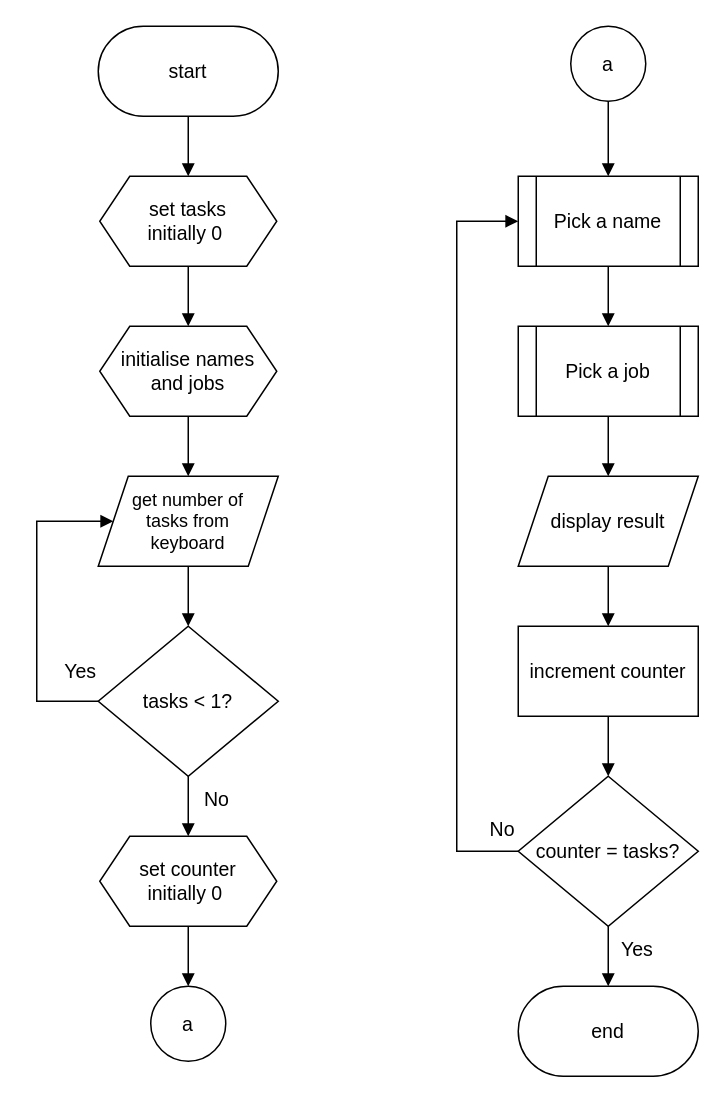
The draw.io diagram page "fc" (1 of 2) of n5-cs/sdd/N5-SDD-Task-Picker/assets/N5 SDD Task Picker.drawio in MrFriendCS/MrFriendCS.github.io, before the edit. Source tidied: cells renumbered, new cells numbered last; positions are measured from the earlier drawing's top-left corner, leaving out a move shared by most shapes. Both pictures are drawn from the tidied source at 150%, with x=0, y=0 at pixel (36, 26).
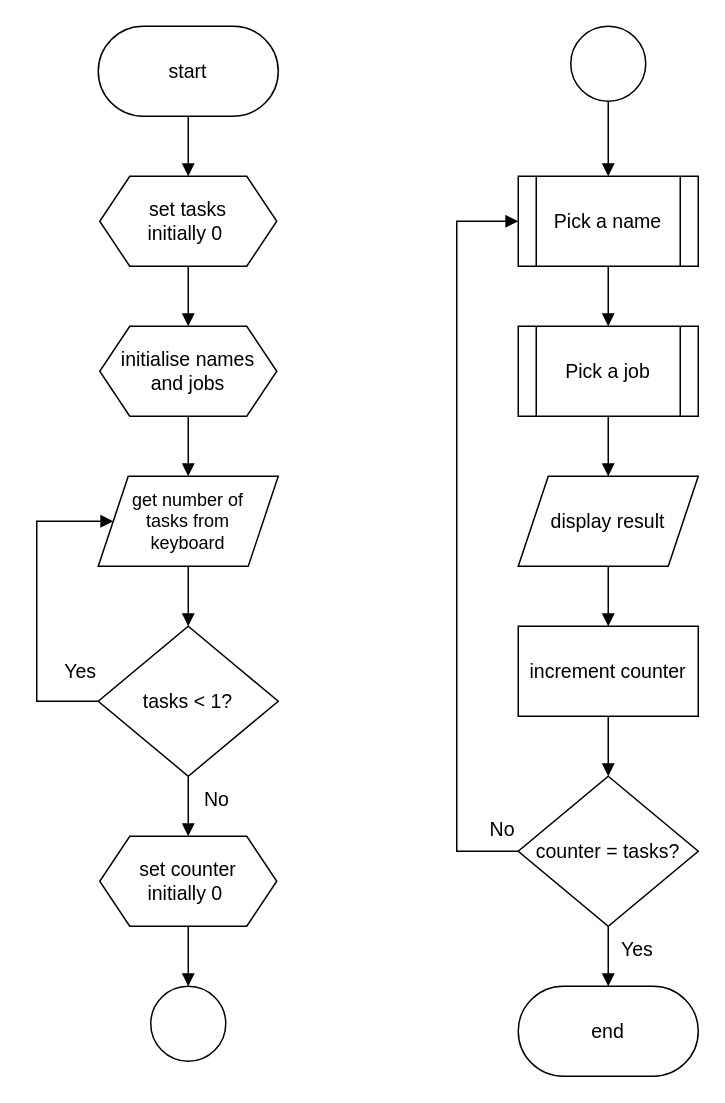
The same page after the edit.

Diff of the diagram source:
```diff
@@
-    <mxCell id="27" value="a" style="ellipse;whiteSpace=wrap;html=1;fontFamily=Helvetica;fontSize=13;fontColor=default;labelBackgroundColor=default;" parent="1" vertex="1">
+    <mxCell id="27" style="ellipse;whiteSpace=wrap;html=1;fontFamily=Helvetica;fontSize=13;fontColor=default;labelBackgroundColor=default;" parent="1" vertex="1">
       <mxGeometry x="356" width="50" height="50" as="geometry" />
     </mxCell>
-    <mxCell id="28" value="a" style="ellipse;whiteSpace=wrap;html=1;fontFamily=Helvetica;fontSize=13;fontColor=default;labelBackgroundColor=default;" parent="1" vertex="1">
+    <mxCell id="28" style="ellipse;whiteSpace=wrap;html=1;fontFamily=Helvetica;fontSize=13;fontColor=default;labelBackgroundColor=default;" parent="1" vertex="1">
       <mxGeometry x="76" y="640" width="50" height="50" as="geometry" />
     </mxCell>
```
